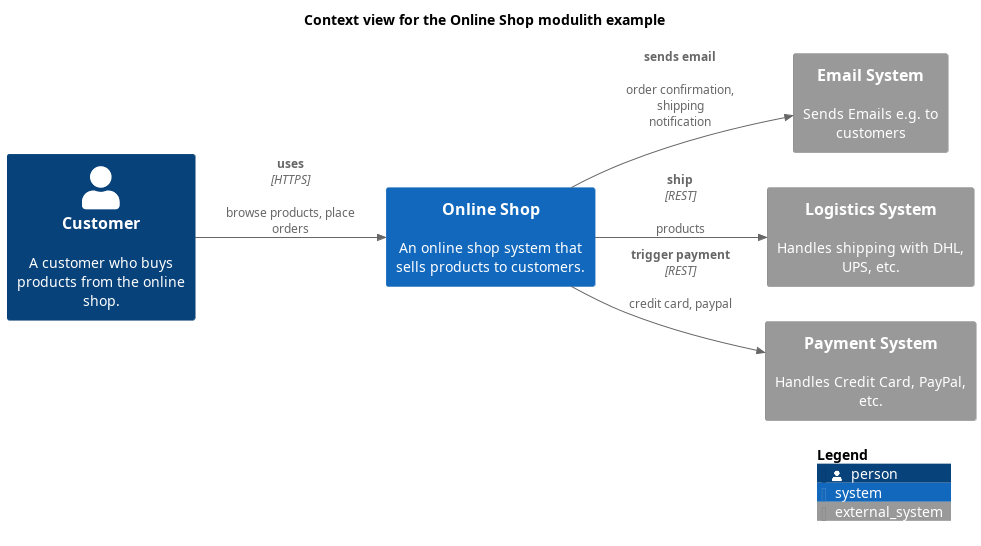
This is docs/software-development/architecture/example/modulith/context-view.png from lsolbach/overarch-models, a PlantUML export, as it was before one commit.
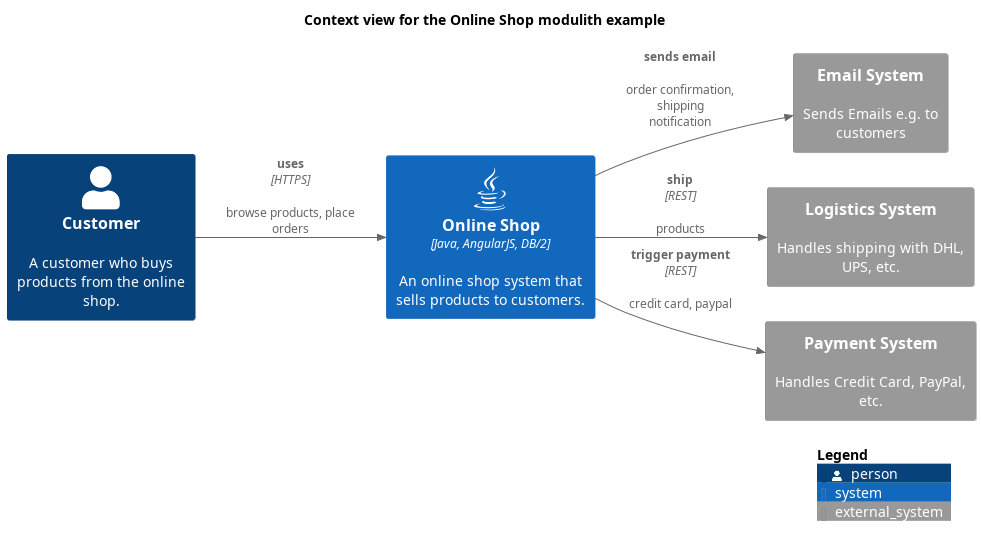
The same file after the commit.

The edit, as a diff of the source:
```diff
@@ -5,6 +5,8 @@
 !include <azure/AzureCommon>
 !include <azure/AzureC4Integration>
 !include <tupadr3/common>
+!include <tupadr3/font-awesome-5/java>
+!include <tupadr3/devicons2/angularjs>
 
 
 LAYOUT_LEFT_RIGHT()
@@ -14,8 +16,8 @@
 
 title Context view for the Online Shop modulith example
 System_Ext(softwareDevelopment_architecture_example_modulith_emailSystem, "Email System", $descr="Sends Emails e.g. to customers")
-System(softwareDevelopment_architecture_example_modulith_onlineShopSystem, "Online Shop", $descr="An online shop system that sells products to customers.")
 Person(softwareDevelopment_architecture_example_modulith_customer, "Customer", $descr="A customer who buys products from the online shop.")
+System(softwareDevelopment_architecture_example_modulith_onlineShopSystem, "Online Shop", $descr="An online shop system that sells products to customers.", $type="Java, AngularJS, DB/2", $sprite="java")
 System_Ext(softwareDevelopment_architecture_example_modulith_logisticsSystem, "Logistics System", $descr="Handles shipping with DHL, UPS, etc.")
 System_Ext(softwareDevelopment_architecture_example_modulith_paymentSystem, "Payment System", $descr="Handles Credit Card, PayPal, etc.")
 Rel(softwareDevelopment_architecture_example_modulith_onlineShopSystem, softwareDevelopment_architecture_example_modulith_paymentSystem, "trigger payment", $descr="credit card, paypal", $techn="REST")
```
